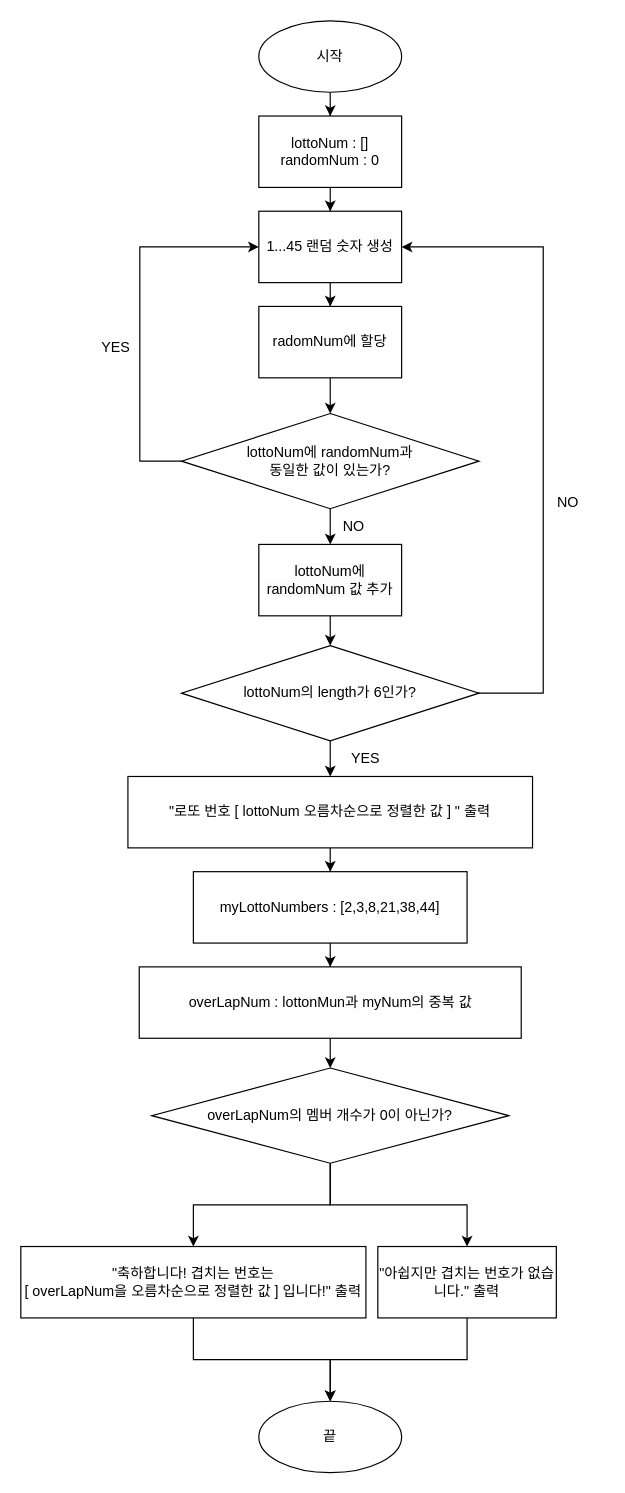
Above: RandomLottoNumber2.drawio in yagom-academy/swift-starter-Round2 (draw.io), before the change. Source tidied: cells renumbered, new cells numbered last; positions are measured from the earlier drawing's top-left corner, leaving out a move shared by most shapes. Both pictures are drawn from the tidied source at 119%, with x=0, y=0 at pixel (20, 20).
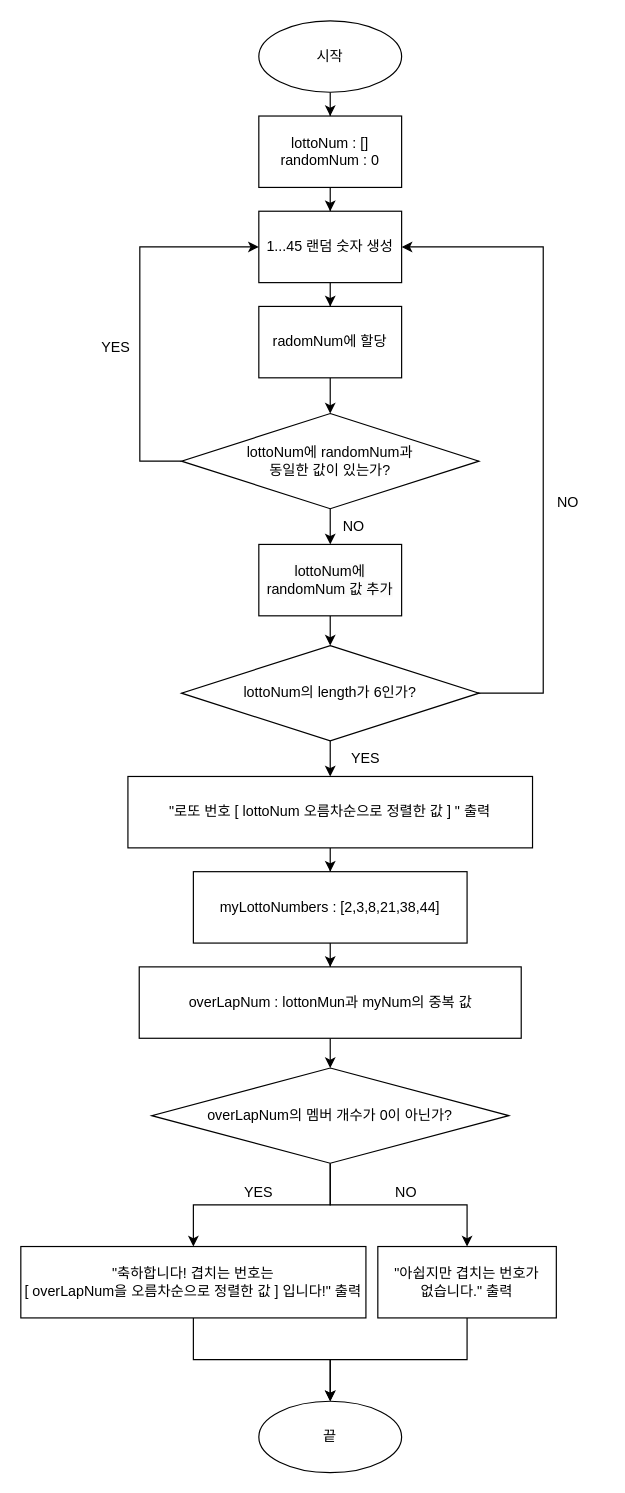
After the change.

Commit message (it also covers changes not shown here):
edit flow chart2

The edit, as a diff of the source:
```diff
@@
-    <mxCell id="35" value="&quot;아쉽지만 겹치는 번호가 없습니다.&quot; 출력" style="rounded=0;whiteSpace=wrap;html=1;" parent="1" vertex="1">
+    <mxCell id="35" value="&quot;아쉽지만 겹치는 번호가 &lt;br&gt;없습니다.&quot; 출력" style="rounded=0;whiteSpace=wrap;html=1;" parent="1" vertex="1">
       <mxGeometry x="300" y="1030" width="150" height="60" as="geometry" />
     </mxCell>
+    <mxCell id="36" value="YES" style="text;html=1;align=center;verticalAlign=middle;whiteSpace=wrap;rounded=0;" parent="1" vertex="1">
+      <mxGeometry x="170" y="970" width="60" height="30" as="geometry" />
+    </mxCell>
+    <mxCell id="37" value="NO" style="text;html=1;align=center;verticalAlign=middle;whiteSpace=wrap;rounded=0;" parent="1" vertex="1">
+      <mxGeometry x="294" y="970" width="60" height="30" as="geometry" />
+    </mxCell>
```
